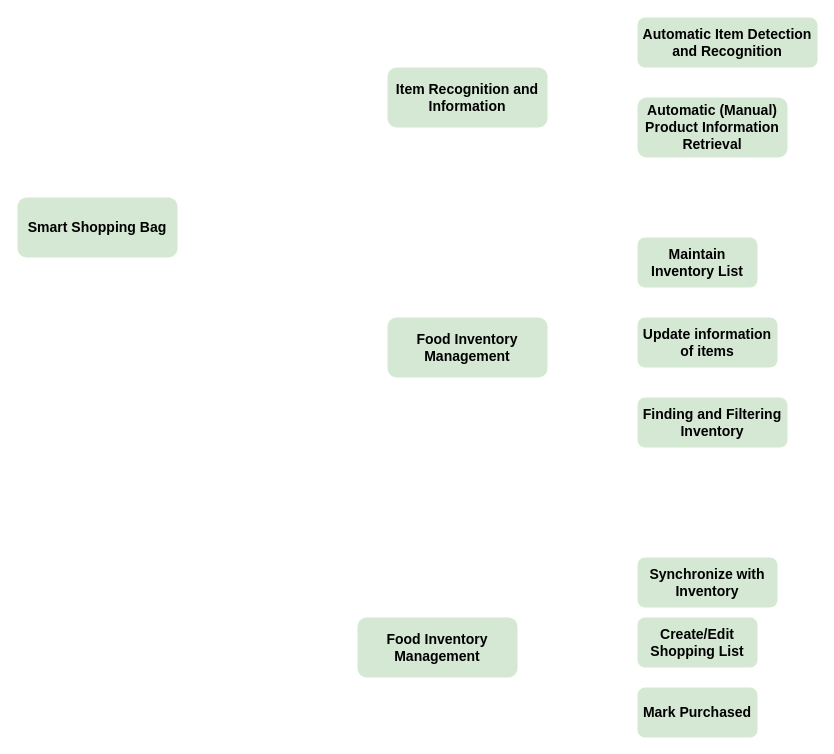
Earlier version of the draw.io diagram Functional Decomposition.drawio (anhdang42392/anhdang42392). Source tidied: cells renumbered, new cells numbered last; positions are measured from the earlier drawing's top-left corner, leaving out a move shared by most shapes. Both pictures are drawn from the tidied source at 100%, with x=0, y=0 at pixel (17, 17).
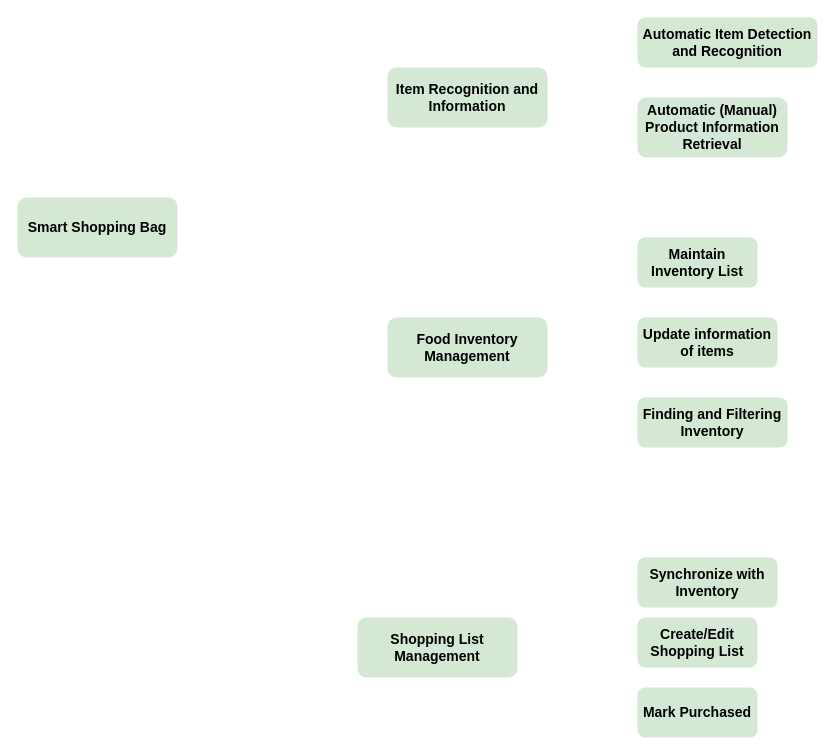
After the change.

Diff of the diagram source:
```diff
@@
 <mxGraphModel>
   <root>
     <mxCell id="0" />
     <mxCell id="1" parent="0" />
     <mxCell id="2" value="&lt;font style=&quot;font-size: 14px;&quot;&gt;&lt;b&gt;Smart Shopping Bag&lt;/b&gt;&lt;/font&gt;" style="rounded=1;whiteSpace=wrap;html=1;strokeWidth=1;strokeColor=none;fillColor=#d5e8d4;" parent="1" vertex="1">
       <mxGeometry y="180" width="160" height="60" as="geometry" />
     </mxCell>
     <mxCell id="3" value="&lt;span style=&quot;font-size: 14px;&quot;&gt;&lt;b&gt;Automatic Item Detection and Recognition&lt;/b&gt;&lt;/span&gt;" style="rounded=1;whiteSpace=wrap;html=1;strokeWidth=1;strokeColor=none;fillColor=#d5e8d4;" parent="1" vertex="1">
       <mxGeometry x="620" width="180" height="50" as="geometry" />
     </mxCell>
     <mxCell id="4" value="&lt;font style=&quot;font-size: 14px;&quot;&gt;&lt;b&gt;Item Recognition and Information&lt;/b&gt;&lt;/font&gt;" style="rounded=1;whiteSpace=wrap;html=1;strokeWidth=1;strokeColor=none;fillColor=#d5e8d4;" parent="1" vertex="1">
       <mxGeometry x="370" y="50" width="160" height="60" as="geometry" />
     </mxCell>
     <mxCell id="5" value="&lt;span style=&quot;font-size: 14px;&quot;&gt;&lt;b&gt;Automatic (Manual) Product Information Retrieval&lt;/b&gt;&lt;/span&gt;" style="rounded=1;whiteSpace=wrap;html=1;strokeWidth=1;strokeColor=none;fillColor=#d5e8d4;" parent="1" vertex="1">
       <mxGeometry x="620" y="80" width="150" height="60" as="geometry" />
     </mxCell>
     <mxCell id="6" value="&lt;span style=&quot;font-size: 14px;&quot;&gt;&lt;b&gt;Update information of items&lt;/b&gt;&lt;/span&gt;" style="rounded=1;whiteSpace=wrap;html=1;strokeWidth=1;strokeColor=none;fillColor=#d5e8d4;" parent="1" vertex="1">
       <mxGeometry x="620" y="300" width="140" height="50" as="geometry" />
     </mxCell>
     <mxCell id="7" value="&lt;span style=&quot;font-size: 14px;&quot;&gt;&lt;b&gt;Maintain Inventory List&lt;/b&gt;&lt;/span&gt;" style="rounded=1;whiteSpace=wrap;html=1;strokeWidth=1;strokeColor=none;fillColor=#d5e8d4;" parent="1" vertex="1">
       <mxGeometry x="620" y="220" width="120" height="50" as="geometry" />
     </mxCell>
     <mxCell id="8" value="&lt;span style=&quot;font-size: 14px;&quot;&gt;&lt;b&gt;Food Inventory Management&lt;/b&gt;&lt;/span&gt;" style="rounded=1;whiteSpace=wrap;html=1;strokeWidth=1;strokeColor=none;fillColor=#d5e8d4;" parent="1" vertex="1">
       <mxGeometry x="370" y="300" width="160" height="60" as="geometry" />
     </mxCell>
     <mxCell id="9" value="&lt;span style=&quot;font-size: 14px;&quot;&gt;&lt;b&gt;Finding and Filtering Inventory&lt;/b&gt;&lt;/span&gt;" style="rounded=1;whiteSpace=wrap;html=1;strokeWidth=1;strokeColor=none;fillColor=#d5e8d4;" parent="1" vertex="1">
       <mxGeometry x="620" y="380" width="150" height="50" as="geometry" />
     </mxCell>
     <mxCell id="10" value="&lt;span style=&quot;font-size: 14px;&quot;&gt;&lt;b&gt;Synchronize with Inventory&lt;/b&gt;&lt;/span&gt;" style="rounded=1;whiteSpace=wrap;html=1;strokeWidth=1;strokeColor=none;fillColor=#d5e8d4;" parent="1" vertex="1">
       <mxGeometry x="620" y="540" width="140" height="50" as="geometry" />
     </mxCell>
     <mxCell id="11" value="&lt;span style=&quot;font-size: 14px;&quot;&gt;&lt;b&gt;Create/Edit Shopping List&lt;/b&gt;&lt;/span&gt;" style="rounded=1;whiteSpace=wrap;html=1;strokeWidth=1;strokeColor=none;fillColor=#d5e8d4;" parent="1" vertex="1">
       <mxGeometry x="620" y="600" width="120" height="50" as="geometry" />
     </mxCell>
     <mxCell id="12" value="&lt;span style=&quot;font-size: 14px;&quot;&gt;&lt;b&gt;Mark Purchased&lt;/b&gt;&lt;/span&gt;" style="rounded=1;whiteSpace=wrap;html=1;strokeWidth=1;strokeColor=none;fillColor=#d5e8d4;" parent="1" vertex="1">
       <mxGeometry x="620" y="670" width="120" height="50" as="geometry" />
     </mxCell>
-    <mxCell id="13" value="&lt;span style=&quot;font-size: 14px;&quot;&gt;&lt;b&gt;Food Inventory Management&lt;/b&gt;&lt;/span&gt;" style="rounded=1;whiteSpace=wrap;html=1;strokeWidth=1;strokeColor=none;fillColor=#d5e8d4;" parent="1" vertex="1">
+    <mxCell id="13" value="&lt;span style=&quot;font-size: 14px;&quot;&gt;&lt;b&gt;Shopping List Management&lt;/b&gt;&lt;/span&gt;" style="rounded=1;whiteSpace=wrap;html=1;strokeWidth=1;strokeColor=none;fillColor=#d5e8d4;" parent="1" vertex="1">
       <mxGeometry x="340" y="600" width="160" height="60" as="geometry" />
     </mxCell>
   </root>
 </mxGraphModel>
```
